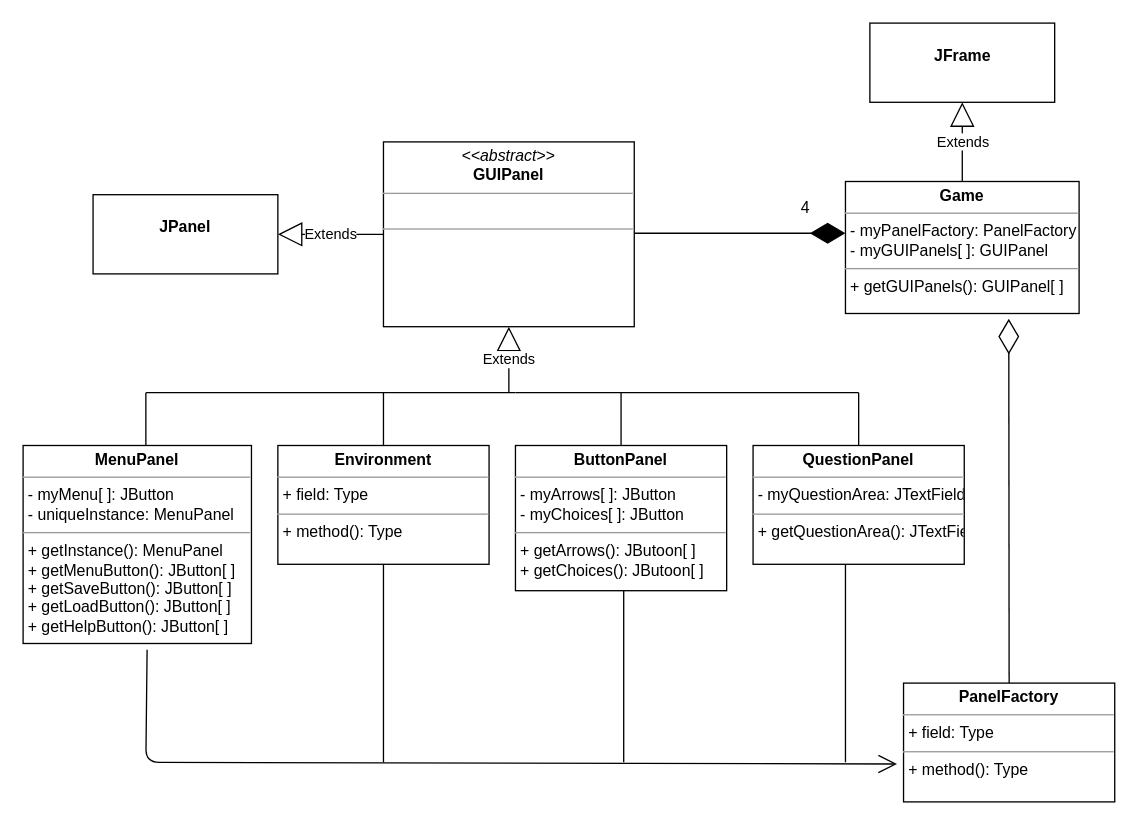
Above: view.drawio in Robert-0410/360GroupProject (draw.io), before the change. Source tidied: cells renumbered, new cells numbered last; positions are measured from the earlier drawing's top-left corner, leaving out a move shared by most shapes. Both pictures are drawn from the tidied source at 132%, with x=0, y=0 at pixel (22, 22).
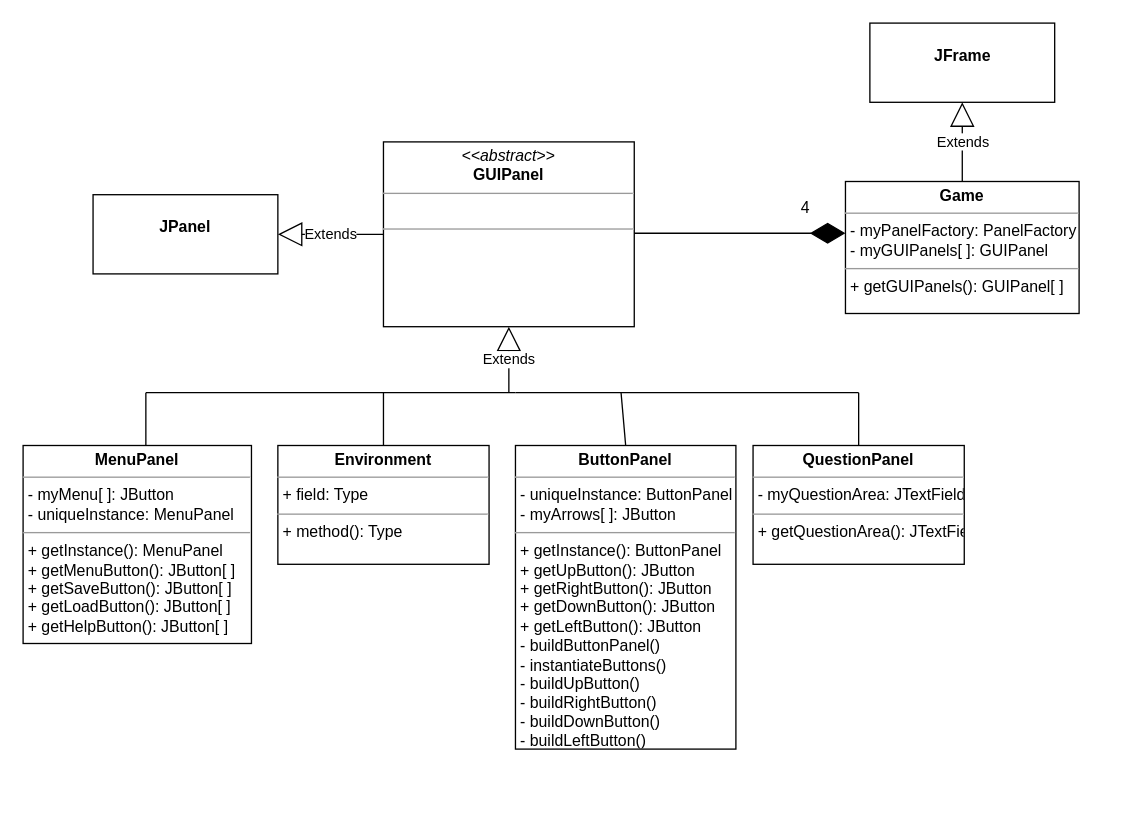
After the change.

Commit message:
Finished updating ButtonPanel and removed PanelFactory.

Unchanged cells that the change refers to:
```xml
<mxCell id="4" value="&lt;p style=&quot;margin: 0px ; margin-top: 4px ; text-align: center&quot;&gt;&lt;b&gt;MenuPanel&lt;/b&gt;&lt;/p&gt;&lt;hr size=&quot;1&quot;&gt;&lt;p style=&quot;margin: 0px ; margin-left: 4px&quot;&gt;- myMenu[ ]: JButton&lt;/p&gt;&lt;p style=&quot;margin: 0px ; margin-left: 4px&quot;&gt;- uniqueInstance: MenuPanel&lt;/p&gt;&lt;hr size=&quot;1&quot;&gt;&lt;p style=&quot;margin: 0px ; margin-left: 4px&quot;&gt;+ getInstance(): MenuPanel&lt;/p&gt;&lt;p style=&quot;margin: 0px ; margin-left: 4px&quot;&gt;+ getMenuButton(): JButton[ ]&lt;/p&gt;&lt;p style=&quot;margin: 0px ; margin-left: 4px&quot;&gt;+ getSaveButton(): JButton[ ]&lt;/p&gt;&lt;p style=&quot;margin: 0px ; margin-left: 4px&quot;&gt;+ getLoadButton(): JButton[ ]&lt;/p&gt;&lt;p style=&quot;margin: 0px ; margin-left: 4px&quot;&gt;+ getHelpButton(): JButton[ ]&lt;/p&gt;" style="verticalAlign=top;align=left;overflow=fill;fontSize=12;fontFamily=Helvetica;html=1;" parent="1" vertex="1">
  <mxGeometry y="320" width="173" height="150" as="geometry" />
</mxCell>
<mxCell id="5" value="&lt;p style=&quot;margin: 0px ; margin-top: 4px ; text-align: center&quot;&gt;&lt;b&gt;Environment&lt;/b&gt;&lt;/p&gt;&lt;hr size=&quot;1&quot;&gt;&lt;p style=&quot;margin: 0px ; margin-left: 4px&quot;&gt;+ field: Type&lt;/p&gt;&lt;hr size=&quot;1&quot;&gt;&lt;p style=&quot;margin: 0px ; margin-left: 4px&quot;&gt;+ method(): Type&lt;/p&gt;" style="verticalAlign=top;align=left;overflow=fill;fontSize=12;fontFamily=Helvetica;html=1;" parent="1" vertex="1">
  <mxGeometry x="193" y="320" width="160" height="90" as="geometry" />
</mxCell>
<mxCell id="15" value="&lt;p style=&quot;margin: 0px ; margin-top: 4px ; text-align: center&quot;&gt;&lt;b&gt;Game&lt;/b&gt;&lt;/p&gt;&lt;hr size=&quot;1&quot;&gt;&lt;p style=&quot;margin: 0px ; margin-left: 4px&quot;&gt;- myPanelFactory: PanelFactory&lt;/p&gt;&lt;p style=&quot;margin: 0px ; margin-left: 4px&quot;&gt;- myGUIPanels[ ]: GUIPanel&lt;/p&gt;&lt;hr size=&quot;1&quot;&gt;&lt;p style=&quot;margin: 0px ; margin-left: 4px&quot;&gt;&lt;span&gt;+ getGUIPanels(): GUIPanel[ ]&lt;/span&gt;&lt;br&gt;&lt;/p&gt;" style="verticalAlign=top;align=left;overflow=fill;fontSize=12;fontFamily=Helvetica;html=1;" parent="1" vertex="1">
  <mxGeometry x="623" y="120" width="177" height="100" as="geometry" />
</mxCell>
```

What changed in the source:
```diff
@@
-    <mxCell id="6" value="&lt;p style=&quot;margin: 0px ; margin-top: 4px ; text-align: center&quot;&gt;&lt;b&gt;ButtonPanel&lt;/b&gt;&lt;/p&gt;&lt;hr size=&quot;1&quot;&gt;&lt;p style=&quot;margin: 0px ; margin-left: 4px&quot;&gt;- myArrows[ ]: JButton&lt;/p&gt;&lt;p style=&quot;margin: 0px ; margin-left: 4px&quot;&gt;- myChoices[ ]: JButton&lt;/p&gt;&lt;hr size=&quot;1&quot;&gt;&lt;p style=&quot;margin: 0px ; margin-left: 4px&quot;&gt;+ getArrows(): JButoon[ ]&lt;/p&gt;&lt;p style=&quot;margin: 0px ; margin-left: 4px&quot;&gt;+ getChoices(): JButoon[ ]&lt;br&gt;&lt;/p&gt;" style="verticalAlign=top;align=left;overflow=fill;fontSize=12;fontFamily=Helvetica;html=1;" parent="1" vertex="1">
-      <mxGeometry x="373" y="320" width="160" height="110" as="geometry" />
+    <mxCell id="6" value="&lt;p style=&quot;margin: 0px ; margin-top: 4px ; text-align: center&quot;&gt;&lt;b&gt;ButtonPanel&lt;/b&gt;&lt;/p&gt;&lt;hr size=&quot;1&quot;&gt;&lt;p style=&quot;margin: 0px ; margin-left: 4px&quot;&gt;- uniqueInstance: ButtonPanel&lt;/p&gt;&lt;p style=&quot;margin: 0px ; margin-left: 4px&quot;&gt;- myArrows[ ]: JButton&lt;/p&gt;&lt;hr size=&quot;1&quot;&gt;&lt;p style=&quot;margin: 0px ; margin-left: 4px&quot;&gt;+ getInstance(): ButtonPanel&lt;/p&gt;&lt;p style=&quot;margin: 0px ; margin-left: 4px&quot;&gt;+ getUpButton(): JButton&lt;/p&gt;&lt;p style=&quot;margin: 0px ; margin-left: 4px&quot;&gt;+ getRightButton(): JButton&lt;br&gt;&lt;/p&gt;&lt;p style=&quot;margin: 0px ; margin-left: 4px&quot;&gt;+ getDownButton(): JButton&lt;br&gt;&lt;/p&gt;&lt;p style=&quot;margin: 0px ; margin-left: 4px&quot;&gt;+ getLeftButton(): JButton&lt;br&gt;&lt;/p&gt;&lt;p style=&quot;margin: 0px ; margin-left: 4px&quot;&gt;- buildButtonPanel()&lt;/p&gt;&lt;p style=&quot;margin: 0px ; margin-left: 4px&quot;&gt;- instantiateButtons()&lt;/p&gt;&lt;p style=&quot;margin: 0px ; margin-left: 4px&quot;&gt;- buildUpButton()&lt;/p&gt;&lt;p style=&quot;margin: 0px ; margin-left: 4px&quot;&gt;- buildRightButton()&lt;br&gt;&lt;/p&gt;&lt;p style=&quot;margin: 0px ; margin-left: 4px&quot;&gt;- buildDownButton()&lt;br&gt;&lt;/p&gt;&lt;p style=&quot;margin: 0px ; margin-left: 4px&quot;&gt;- buildLeftButton()&lt;br&gt;&lt;/p&gt;" style="verticalAlign=top;align=left;overflow=fill;fontSize=12;fontFamily=Helvetica;html=1;" parent="1" vertex="1">
+      <mxGeometry x="373" y="320" width="167" height="230" as="geometry" />
     </mxCell>
@@
-    <mxCell id="21" value="&lt;p style=&quot;margin: 0px ; margin-top: 4px ; text-align: center&quot;&gt;&lt;b&gt;PanelFactory&lt;/b&gt;&lt;/p&gt;&lt;hr size=&quot;1&quot;&gt;&lt;p style=&quot;margin: 0px ; margin-left: 4px&quot;&gt;+ field: Type&lt;/p&gt;&lt;hr size=&quot;1&quot;&gt;&lt;p style=&quot;margin: 0px ; margin-left: 4px&quot;&gt;+ method(): Type&lt;/p&gt;" style="verticalAlign=top;align=left;overflow=fill;fontSize=12;fontFamily=Helvetica;html=1;" parent="1" vertex="1">
-      <mxGeometry x="667" y="500" width="160" height="90" as="geometry" />
-    </mxCell>
-    <mxCell id="22" style="endArrow=diamondThin;endFill=0;endSize=24;html=1;exitX=0.5;exitY=0;exitDx=0;exitDy=0;entryX=0.699;entryY=1.04;entryDx=0;entryDy=0;entryPerimeter=0;" parent="1" edge="1" source="21" target="15">
-      <mxGeometry relative="1" as="geometry" />
-    </mxCell>
-    <mxCell id="23" style="endArrow=open;endFill=1;endSize=12;html=1;entryX=-0.031;entryY=0.681;entryDx=0;entryDy=0;entryPerimeter=0;exitX=0.543;exitY=1.031;exitDx=0;exitDy=0;exitPerimeter=0;" parent="1" edge="1" source="4" target="21">
-      <mxGeometry relative="1" as="geometry">
-        <Array as="points">
-          <mxPoint x="93" y="560" />
-        </Array>
-      </mxGeometry>
-    </mxCell>
-    <mxCell id="24" style="endArrow=none;html=1;entryX=0.5;entryY=1;entryDx=0;entryDy=0;" parent="1" edge="1" target="5">
-      <mxGeometry relative="1" as="geometry">
-        <mxPoint x="273" y="560" as="sourcePoint" />
-      </mxGeometry>
-    </mxCell>
-    <mxCell id="25" style="endArrow=none;html=1;" parent="1" edge="1">
-      <mxGeometry relative="1" as="geometry">
-        <mxPoint x="455" y="560" as="sourcePoint" />
-        <mxPoint x="455" y="430" as="targetPoint" />
-      </mxGeometry>
-    </mxCell>
-    <mxCell id="26" style="endArrow=none;html=1;" parent="1" edge="1">
-      <mxGeometry relative="1" as="geometry">
-        <mxPoint x="623" y="560" as="sourcePoint" />
-        <mxPoint x="623" y="410" as="targetPoint" />
-      </mxGeometry>
-    </mxCell>
```
